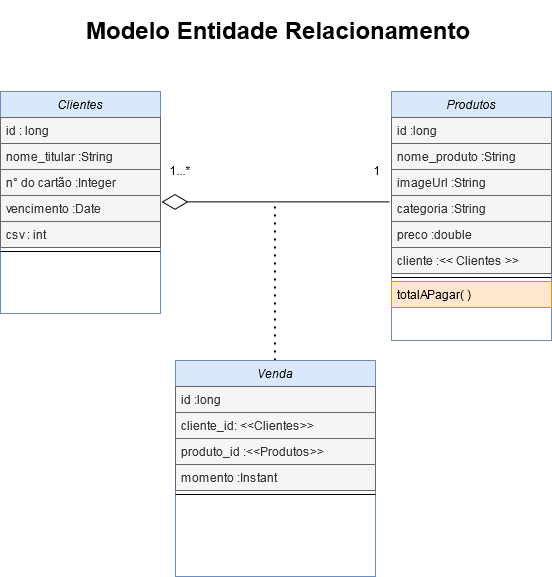
Above: arquitetura e projeto/arquitetura/MER/diagrama de classes uml.png in Leozin89python/store-engine-project (draw.io), before the change. Source tidied: cells renumbered, new cells last; positions are measured from the earlier drawing's top-left corner, leaving out a move shared by most shapes.
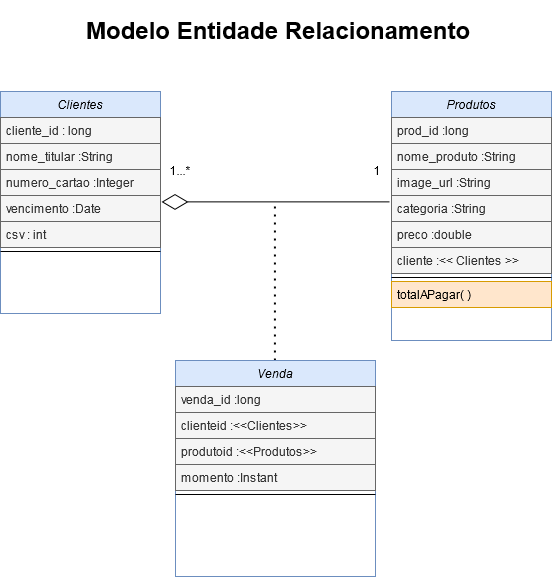
Above is the later version.

Change to the diagram source:
```diff
@@ -11,13 +11,13 @@
     <mxCell id="3" value="Clientes" style="swimlane;fontStyle=2;align=center;verticalAlign=top;horizontal=1;startSize=26;rounded=0;shadow=0;strokeWidth=1;fillColor=#dae8fc;strokeColor=#6c8ebf;" parent="1" vertex="1">
       <mxGeometry y="81" width="160" height="222" as="geometry" />
     </mxCell>
-    <mxCell id="4" value="id : long" style="text;align=left;verticalAlign=top;spacingLeft=4;spacingRight=4;overflow=hidden;fillColor=#f5f5f5;strokeColor=#666666;fontColor=#333333;" parent="3" vertex="1">
+    <mxCell id="4" value="cliente_id : long" style="text;align=left;verticalAlign=top;spacingLeft=4;spacingRight=4;overflow=hidden;fillColor=#f5f5f5;strokeColor=#666666;fontColor=#333333;" parent="3" vertex="1">
       <mxGeometry y="26" width="160" height="26" as="geometry" />
     </mxCell>
     <mxCell id="5" value="nome_titular :String" style="text;align=left;verticalAlign=top;spacingLeft=4;spacingRight=4;overflow=hidden;rounded=0;shadow=0;html=0;fillColor=#f5f5f5;strokeColor=#666666;fontColor=#333333;" parent="3" vertex="1">
       <mxGeometry y="52" width="160" height="26" as="geometry" />
     </mxCell>
-    <mxCell id="6" value="n° do cartão :Integer" style="text;align=left;verticalAlign=top;spacingLeft=4;spacingRight=4;overflow=hidden;rounded=0;shadow=0;html=0;fillColor=#f5f5f5;strokeColor=#666666;fontColor=#333333;" parent="3" vertex="1">
+    <mxCell id="6" value="numero_cartao :Integer" style="text;align=left;verticalAlign=top;spacingLeft=4;spacingRight=4;overflow=hidden;rounded=0;shadow=0;html=0;fillColor=#f5f5f5;strokeColor=#666666;fontColor=#333333;" parent="3" vertex="1">
       <mxGeometry y="78" width="160" height="26" as="geometry" />
     </mxCell>
     <mxCell id="7" value="vencimento :Date" style="text;align=left;verticalAlign=top;spacingLeft=4;spacingRight=4;overflow=hidden;rounded=0;shadow=0;html=0;fillColor=#f5f5f5;strokeColor=#666666;fontColor=#333333;" parent="3" vertex="1">
@@ -32,13 +32,13 @@
     <mxCell id="10" value="Produtos" style="swimlane;fontStyle=2;align=center;verticalAlign=top;horizontal=1;startSize=26;rounded=0;shadow=0;strokeWidth=1;fillColor=#dae8fc;strokeColor=#6c8ebf;" parent="1" vertex="1">
       <mxGeometry x="391" y="81" width="160" height="249" as="geometry" />
     </mxCell>
-    <mxCell id="11" value="id :long" style="text;align=left;verticalAlign=top;spacingLeft=4;spacingRight=4;overflow=hidden;fillColor=#f5f5f5;strokeColor=#666666;fontColor=#333333;" parent="10" vertex="1">
+    <mxCell id="11" value="prod_id :long" style="text;align=left;verticalAlign=top;spacingLeft=4;spacingRight=4;overflow=hidden;fillColor=#f5f5f5;strokeColor=#666666;fontColor=#333333;" parent="10" vertex="1">
       <mxGeometry y="26" width="160" height="26" as="geometry" />
     </mxCell>
     <mxCell id="12" value="nome_produto :String" style="text;align=left;verticalAlign=top;spacingLeft=4;spacingRight=4;overflow=hidden;rounded=0;shadow=0;html=0;fillColor=#f5f5f5;strokeColor=#666666;fontColor=#333333;" parent="10" vertex="1">
       <mxGeometry y="52" width="160" height="26" as="geometry" />
     </mxCell>
-    <mxCell id="13" value="imageUrl :String" style="text;align=left;verticalAlign=top;spacingLeft=4;spacingRight=4;overflow=hidden;rounded=0;shadow=0;html=0;fillColor=#f5f5f5;strokeColor=#666666;fontColor=#333333;" parent="10" vertex="1">
+    <mxCell id="13" value="image_url :String" style="text;align=left;verticalAlign=top;spacingLeft=4;spacingRight=4;overflow=hidden;rounded=0;shadow=0;html=0;fillColor=#f5f5f5;strokeColor=#666666;fontColor=#333333;" parent="10" vertex="1">
       <mxGeometry y="78" width="160" height="26" as="geometry" />
     </mxCell>
     <mxCell id="14" value="categoria :String" style="text;align=left;verticalAlign=top;spacingLeft=4;spacingRight=4;overflow=hidden;rounded=0;shadow=0;html=0;fillColor=#f5f5f5;strokeColor=#666666;fontColor=#333333;" parent="10" vertex="1">
@@ -68,13 +68,13 @@
     <mxCell id="21" value="Venda" style="swimlane;fontStyle=2;align=center;verticalAlign=top;horizontal=1;startSize=26;rounded=0;shadow=0;strokeWidth=1;fillColor=#dae8fc;strokeColor=#6c8ebf;" parent="1" vertex="1">
       <mxGeometry x="175" y="350" width="200" height="216" as="geometry" />
     </mxCell>
-    <mxCell id="22" value="id :long" style="text;align=left;verticalAlign=top;spacingLeft=4;spacingRight=4;overflow=hidden;fillColor=#f5f5f5;strokeColor=#666666;fontColor=#333333;" parent="21" vertex="1">
+    <mxCell id="22" value="venda_id :long" style="text;align=left;verticalAlign=top;spacingLeft=4;spacingRight=4;overflow=hidden;fillColor=#f5f5f5;strokeColor=#666666;fontColor=#333333;" parent="21" vertex="1">
       <mxGeometry y="26" width="200" height="26" as="geometry" />
     </mxCell>
-    <mxCell id="23" value="cliente_id: &lt;&lt;Clientes&gt;&gt;" style="text;align=left;verticalAlign=top;spacingLeft=4;spacingRight=4;overflow=hidden;rounded=0;shadow=0;html=0;fillColor=#f5f5f5;strokeColor=#666666;fontColor=#333333;" parent="21" vertex="1">
+    <mxCell id="23" value="clienteid :&lt;&lt;Clientes&gt;&gt;" style="text;align=left;verticalAlign=top;spacingLeft=4;spacingRight=4;overflow=hidden;rounded=0;shadow=0;html=0;fillColor=#f5f5f5;strokeColor=#666666;fontColor=#333333;" parent="21" vertex="1">
       <mxGeometry y="52" width="200" height="26" as="geometry" />
     </mxCell>
-    <mxCell id="24" value="produto_id :&lt;&lt;Produtos&gt;&gt;" style="text;align=left;verticalAlign=top;spacingLeft=4;spacingRight=4;overflow=hidden;rounded=0;shadow=0;html=0;fillColor=#f5f5f5;strokeColor=#666666;fontColor=#333333;" parent="21" vertex="1">
+    <mxCell id="24" value="produtoid :&lt;&lt;Produtos&gt;&gt;" style="text;align=left;verticalAlign=top;spacingLeft=4;spacingRight=4;overflow=hidden;rounded=0;shadow=0;html=0;fillColor=#f5f5f5;strokeColor=#666666;fontColor=#333333;" parent="21" vertex="1">
       <mxGeometry y="78" width="200" height="26" as="geometry" />
     </mxCell>
     <mxCell id="25" value="momento :Instant" style="text;align=left;verticalAlign=top;spacingLeft=4;spacingRight=4;overflow=hidden;rounded=0;shadow=0;html=0;fillColor=#f5f5f5;strokeColor=#666666;fontColor=#333333;" parent="21" vertex="1">
```
